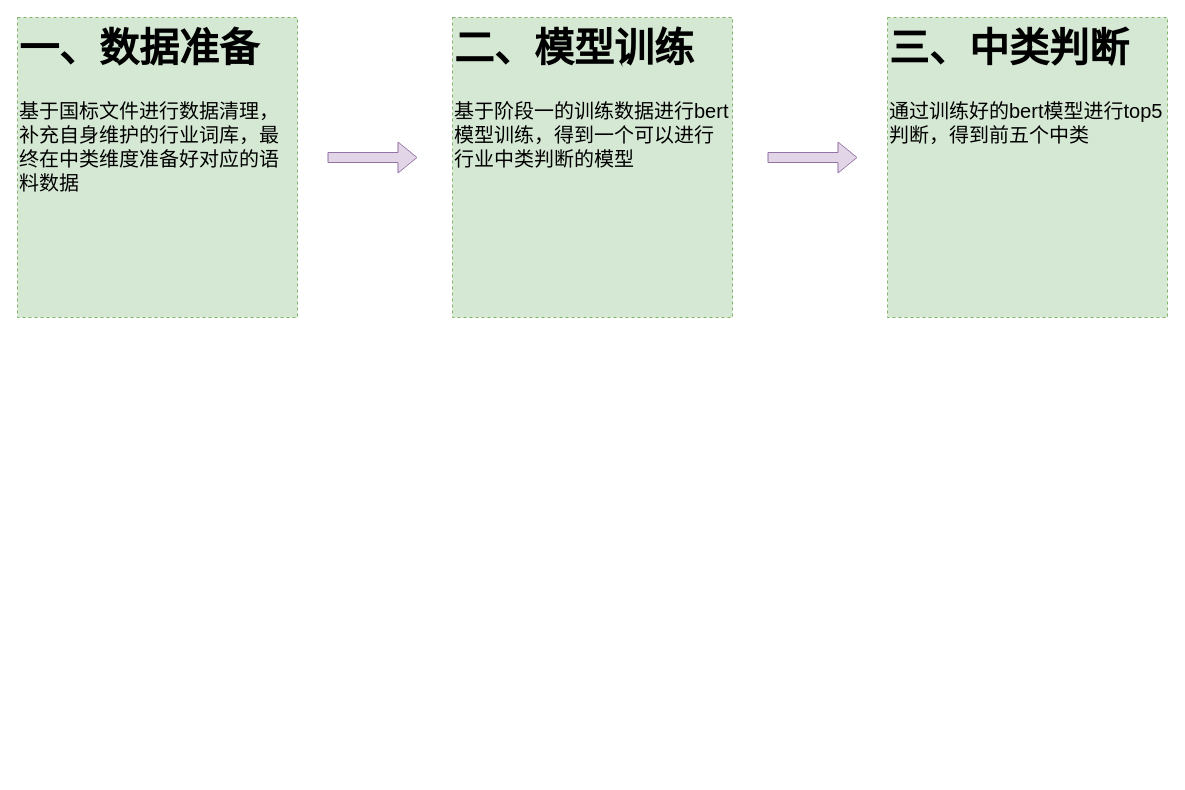
Before: 行业分类.drawio in n-i-n-g-e-n/drawio, a draw.io diagram. Source tidied: cells renumbered, new cells numbered last; positions are measured from the earlier drawing's top-left corner, leaving out a move shared by most shapes. Both pictures are drawn from the tidied source at 100%, with x=0, y=0 at pixel (17, 17).
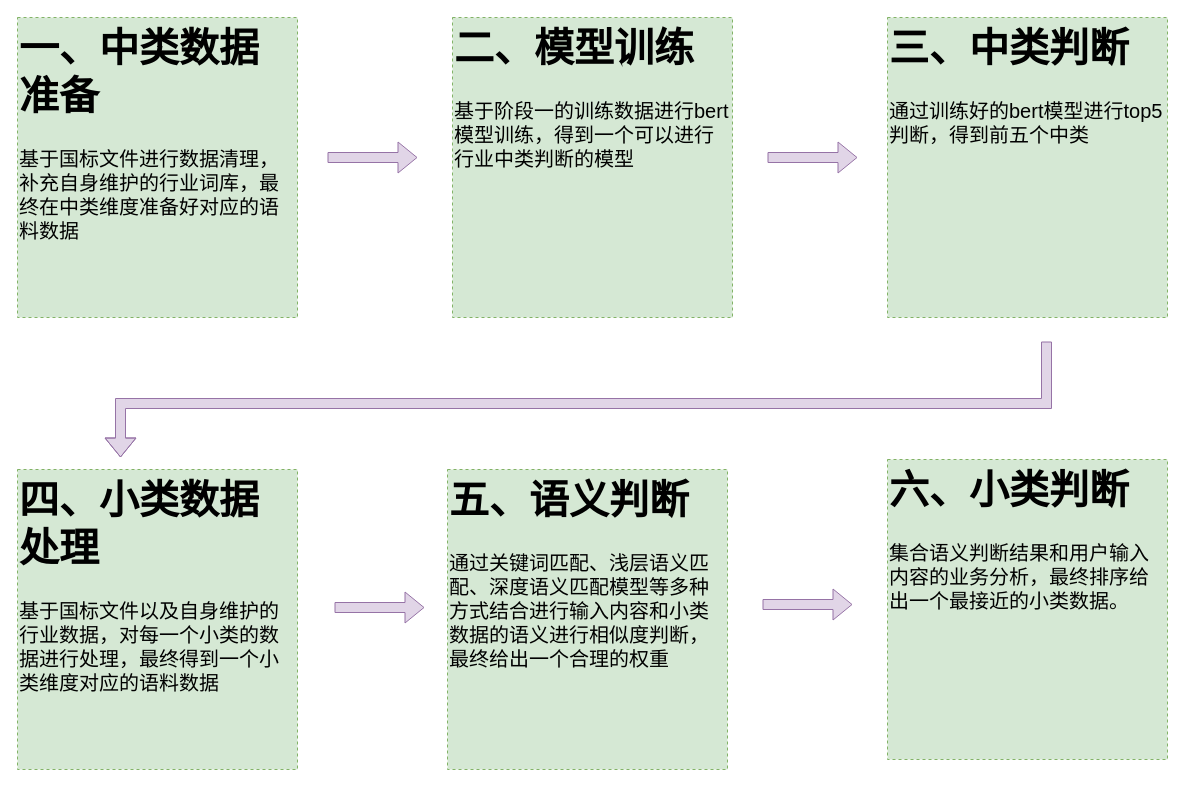
The same diagram, later.

Commit message (it also covers changes not shown here):
更新行业分类.drawio

The edit, as a diff of the source:
```diff
@@
 <mxGraphModel>
   <root>
     <mxCell id="0" />
     <mxCell id="1" parent="0" />
-    <mxCell id="2" value="&lt;h1 style=&quot;margin-top: 0px;&quot;&gt;一、数据准备&lt;/h1&gt;&lt;p&gt;&lt;font&gt;基于国标文件进行数据清理，补充自身维护的行业词库，最终在中类维度准备好对应的语料数据&lt;/font&gt;&lt;/p&gt;" style="text;html=1;whiteSpace=wrap;overflow=hidden;rounded=0;strokeColor=#82b366;dashed=1;fillColor=#d5e8d4;fontSize=20;" parent="1" vertex="1">
+    <mxCell id="2" value="&lt;h1 style=&quot;margin-top: 0px;&quot;&gt;一、中类数据准备&lt;/h1&gt;&lt;p&gt;&lt;font&gt;基于国标文件进行数据清理，补充自身维护的行业词库，最终在中类维度准备好对应的语料数据&lt;/font&gt;&lt;/p&gt;" style="text;html=1;whiteSpace=wrap;overflow=hidden;rounded=0;strokeColor=#82b366;dashed=1;fillColor=#d5e8d4;fontSize=20;" parent="1" vertex="1">
       <mxGeometry width="280" height="300" as="geometry" />
     </mxCell>
     <mxCell id="3" value="&lt;h1 style=&quot;margin-top: 0px;&quot;&gt;二、模型训练&lt;/h1&gt;&lt;p&gt;基于阶段一的训练数据进行bert模型训练，得到一个可以进行行业中类判断的模型&lt;/p&gt;" style="text;html=1;whiteSpace=wrap;overflow=hidden;rounded=0;strokeColor=#82b366;dashed=1;fillColor=#d5e8d4;fontSize=20;" parent="1" vertex="1">
       <mxGeometry x="435" width="280" height="300" as="geometry" />
     </mxCell>
     <mxCell id="4" value="&lt;h1 style=&quot;margin-top: 0px;&quot;&gt;三、中类判断&lt;/h1&gt;&lt;p&gt;通过训练好的bert模型进行top5判断，得到前五个中类&lt;/p&gt;" style="text;html=1;whiteSpace=wrap;overflow=hidden;rounded=0;strokeColor=#82b366;dashed=1;fillColor=#d5e8d4;fontSize=20;" parent="1" vertex="1">
       <mxGeometry x="870" width="280" height="300" as="geometry" />
     </mxCell>
     <mxCell id="5" style="shape=flexArrow;endArrow=classic;html=1;rounded=0;fillColor=#e1d5e7;strokeColor=#9673a6;" parent="1" edge="1">
       <mxGeometry relative="1" as="geometry">
         <mxPoint x="310" y="140" as="sourcePoint" />
         <mxPoint x="400" y="140" as="targetPoint" />
       </mxGeometry>
     </mxCell>
     <mxCell id="6" style="shape=flexArrow;endArrow=classic;html=1;rounded=0;fillColor=#e1d5e7;strokeColor=#9673a6;" parent="1" edge="1">
       <mxGeometry relative="1" as="geometry">
         <mxPoint x="750" y="140" as="sourcePoint" />
         <mxPoint x="840" y="140" as="targetPoint" />
       </mxGeometry>
     </mxCell>
+    <mxCell id="7" value="&lt;h1 style=&quot;margin-top: 0px;&quot;&gt;四、小类数据处理&lt;/h1&gt;&lt;p&gt;基于国标文件以及自身维护的行业数据，对每一个小类的数据进行处理，最终得到一个小类维度对应的语料数据&lt;/p&gt;" style="text;html=1;whiteSpace=wrap;overflow=hidden;rounded=0;strokeColor=#82b366;dashed=1;fillColor=#d5e8d4;fontSize=20;" parent="1" vertex="1">
+      <mxGeometry y="452" width="280" height="300" as="geometry" />
+    </mxCell>
+    <mxCell id="8" style="shape=flexArrow;endArrow=classic;html=1;rounded=0;fillColor=#e1d5e7;strokeColor=#9673a6;" parent="1" edge="1">
+      <mxGeometry relative="1" as="geometry">
+        <mxPoint x="317" y="590" as="sourcePoint" />
+        <mxPoint x="407" y="590" as="targetPoint" />
+      </mxGeometry>
+    </mxCell>
+    <mxCell id="9" value="&lt;h1 style=&quot;margin-top: 0px;&quot;&gt;五、语义判断&lt;/h1&gt;&lt;div&gt;通过关键词匹配、浅层语义匹配、深度语义匹配模型等多种方式结合进行输入内容和小类数据的语义进行相似度判断，最终给出一个合理的权重&lt;/div&gt;" style="text;html=1;whiteSpace=wrap;overflow=hidden;rounded=0;strokeColor=#82b366;dashed=1;fillColor=#d5e8d4;fontSize=20;" parent="1" vertex="1">
+      <mxGeometry x="430" y="452" width="280" height="300" as="geometry" />
+    </mxCell>
+    <mxCell id="10" value="&lt;h1 style=&quot;margin-top: 0px;&quot;&gt;六、小类判断&lt;/h1&gt;&lt;div&gt;集合语义判断结果和用户输入内容的业务分析，最终排序给出一个最接近的小类数据。&lt;/div&gt;" style="text;html=1;whiteSpace=wrap;overflow=hidden;rounded=0;strokeColor=#82b366;dashed=1;fillColor=#d5e8d4;fontSize=20;" parent="1" vertex="1">
+      <mxGeometry x="870" y="442" width="280" height="300" as="geometry" />
+    </mxCell>
+    <mxCell id="11" style="shape=flexArrow;endArrow=classic;html=1;rounded=0;fillColor=#e1d5e7;strokeColor=#9673a6;" parent="1" edge="1">
+      <mxGeometry relative="1" as="geometry">
+        <mxPoint x="745" y="587" as="sourcePoint" />
+        <mxPoint x="835" y="587" as="targetPoint" />
+      </mxGeometry>
+    </mxCell>
+    <mxCell id="12" style="shape=flexArrow;endArrow=classic;html=1;rounded=0;fillColor=#e1d5e7;strokeColor=#9673a6;" parent="1" edge="1">
+      <mxGeometry relative="1" as="geometry">
+        <mxPoint x="1029" y="324" as="sourcePoint" />
+        <mxPoint x="103" y="440" as="targetPoint" />
+        <Array as="points">
+          <mxPoint x="1029" y="386" />
+          <mxPoint x="103" y="386" />
+        </Array>
+      </mxGeometry>
+    </mxCell>
   </root>
 </mxGraphModel>
```
